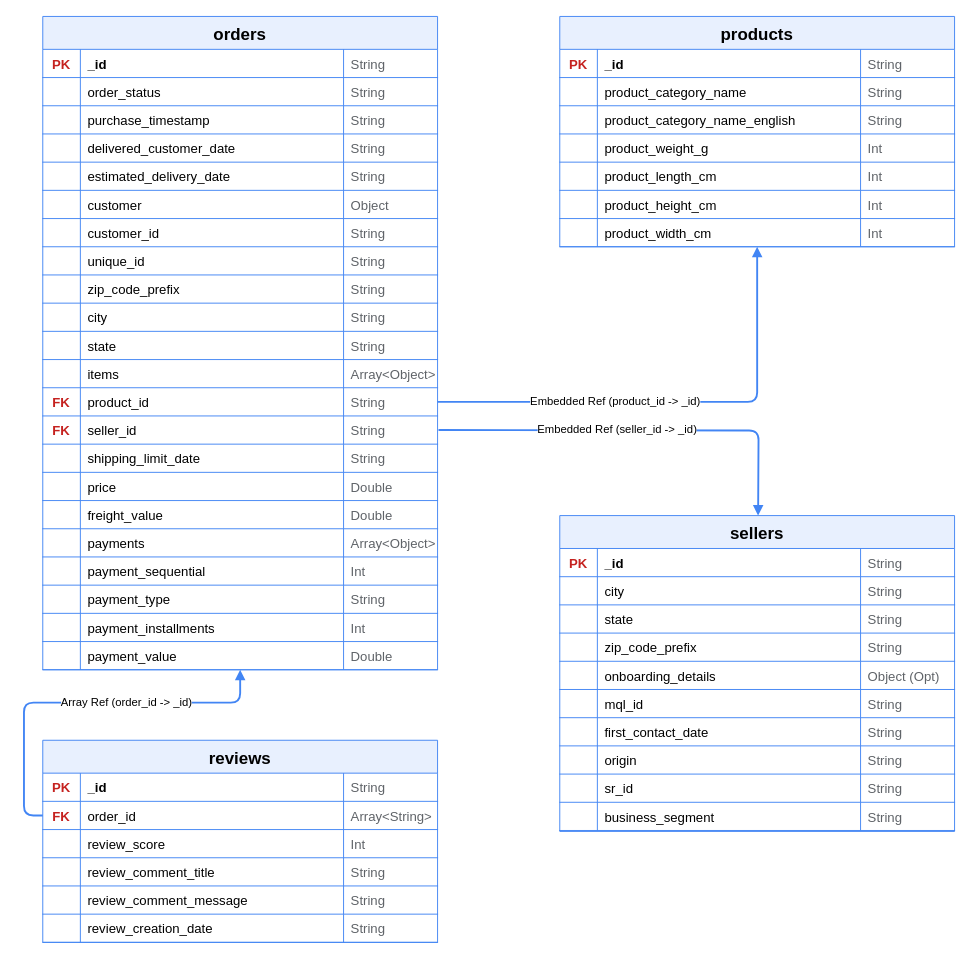
netanelr6/nosql-olist-project keeps this draw.io diagram as diagrams/OlistNoSQLERD.drawio. Above is the earlier version. Source tidied: cells renumbered, new cells numbered last; positions are measured from the earlier drawing's top-left corner, leaving out a move shared by most shapes. Both pictures are drawn from the tidied source at 94%, with x=0, y=0 at pixel (24, 16).
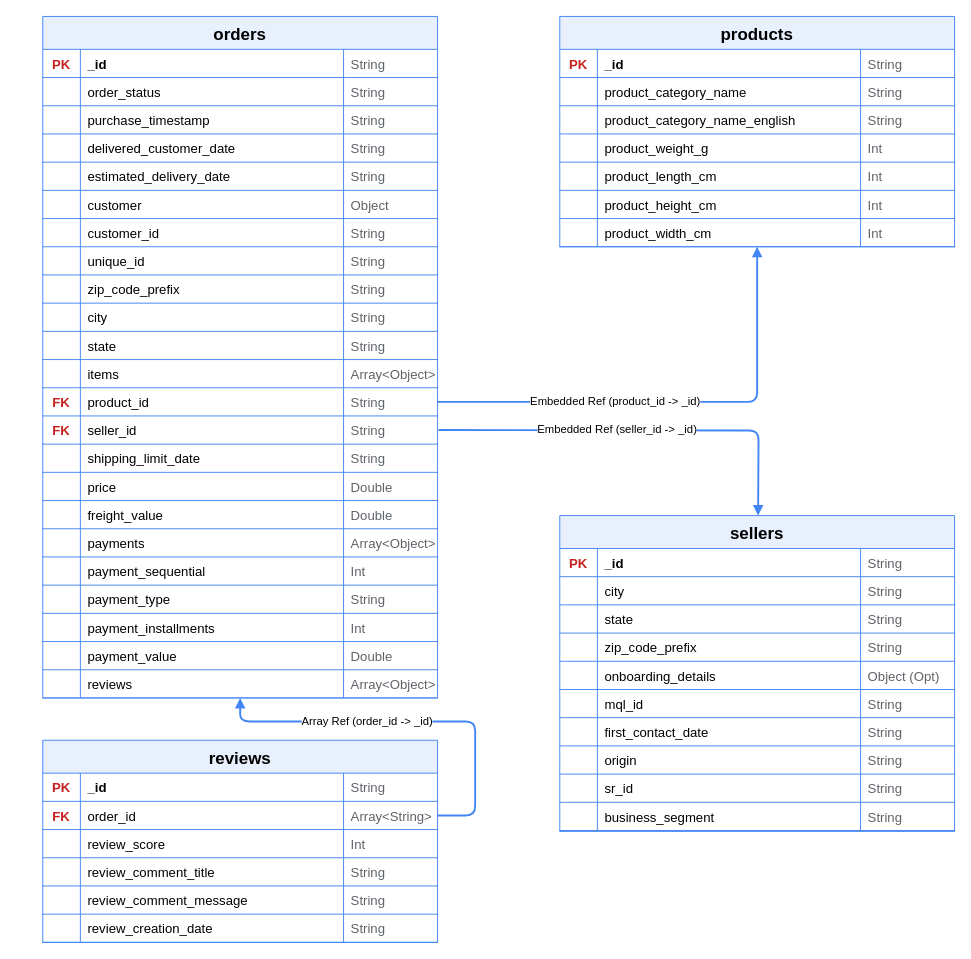
The same diagram, later.

Commit message (it also covers changes not shown here):
docs: add Olist NoSQL ERD diagrams and remove submission document

The change refers to these unchanged cells:
```xml
<mxCell id="166" style="shape=tableRow;horizontal=0;startSize=0;swimlaneHead=0;swimlaneBody=0;fillColor=none;points=[[0,0.5],[1,0.5]];portConstraint=eastwest;strokeColor=inherit;top=0;left=0;right=0;bottom=1;fontSize=16;" parent="161" vertex="1">
  <mxGeometry y="65" width="420" height="30" as="geometry" />
</mxCell>
```

What changed in the source:
```diff
@@
     <mxCell id="2" value="orders" style="shape=table;startSize=35;childLayout=tableLayout;rowLines=0;fontStyle=1;align=center;fontSize=18;fillColor=#E8F0FE;strokeColor=#4285F4;" parent="1" vertex="1">
-      <mxGeometry x="20" width="420" height="695" as="geometry" />
+      <mxGeometry x="20" width="420" height="725" as="geometry" />
     </mxCell>
@@
+    <mxCell id="189" style="shape=tableRow;horizontal=0;startSize=0;swimlaneHead=0;swimlaneBody=0;fillColor=none;strokeColor=inherit;top=0;left=0;right=0;bottom=1;fontSize=16;" parent="2" vertex="1">
+      <mxGeometry y="695" width="420" height="30" as="geometry" />
+    </mxCell>
+    <mxCell id="190" style="shape=partialRectangle;overflow=hidden;fillColor=none;strokeColor=inherit;top=0;left=0;bottom=0;right=0;fontStyle=1;fontSize=14;align=center;" parent="189" vertex="1">
+      <mxGeometry width="40" height="30" as="geometry" />
+    </mxCell>
+    <mxCell id="191" value="reviews" style="shape=partialRectangle;overflow=hidden;fillColor=none;align=left;strokeColor=inherit;top=0;left=0;bottom=0;right=0;spacingLeft=6;fontStyle=0;fontSize=14;" parent="189" vertex="1">
+      <mxGeometry x="40" width="280" height="30" as="geometry" />
+    </mxCell>
+    <mxCell id="192" value="Array&lt;Object&gt;" style="shape=partialRectangle;overflow=hidden;fillColor=none;align=left;strokeColor=inherit;top=0;left=0;bottom=0;right=0;spacingLeft=6;fontSize=14;fontColor=#5F6368;" parent="189" vertex="1">
+      <mxGeometry x="320" width="100" height="30" as="geometry" />
+    </mxCell>
@@
-    <mxCell id="186" value="Array Ref (order_id -&gt; _id)" style="edgeStyle=orthogonalEdgeStyle;rounded=1;jettySize=auto;html=1;fontSize=12;strokeWidth=2;strokeColor=#4285F4;endArrow=block;endFill=1;" parent="1" edge="1" source="166" target="2">
+    <mxCell id="186" value="Array Ref (order_id -&gt; _id)" style="edgeStyle=orthogonalEdgeStyle;rounded=1;jettySize=auto;html=1;fontSize=12;strokeWidth=2;strokeColor=#4285F4;endArrow=block;endFill=1;exitX=1;exitY=0.5;exitDx=0;exitDy=0;" parent="1" edge="1" source="166" target="2">
       <mxGeometry x="0.23" relative="1" as="geometry">
         <Array as="points">
-          <mxPoint y="850" />
-          <mxPoint y="730" />
-          <mxPoint x="230" y="730" />
+          <mxPoint x="480" y="850" />
+          <mxPoint x="480" y="750" />
+          <mxPoint x="230" y="750" />
         </Array>
       </mxGeometry>
     </mxCell>
```
